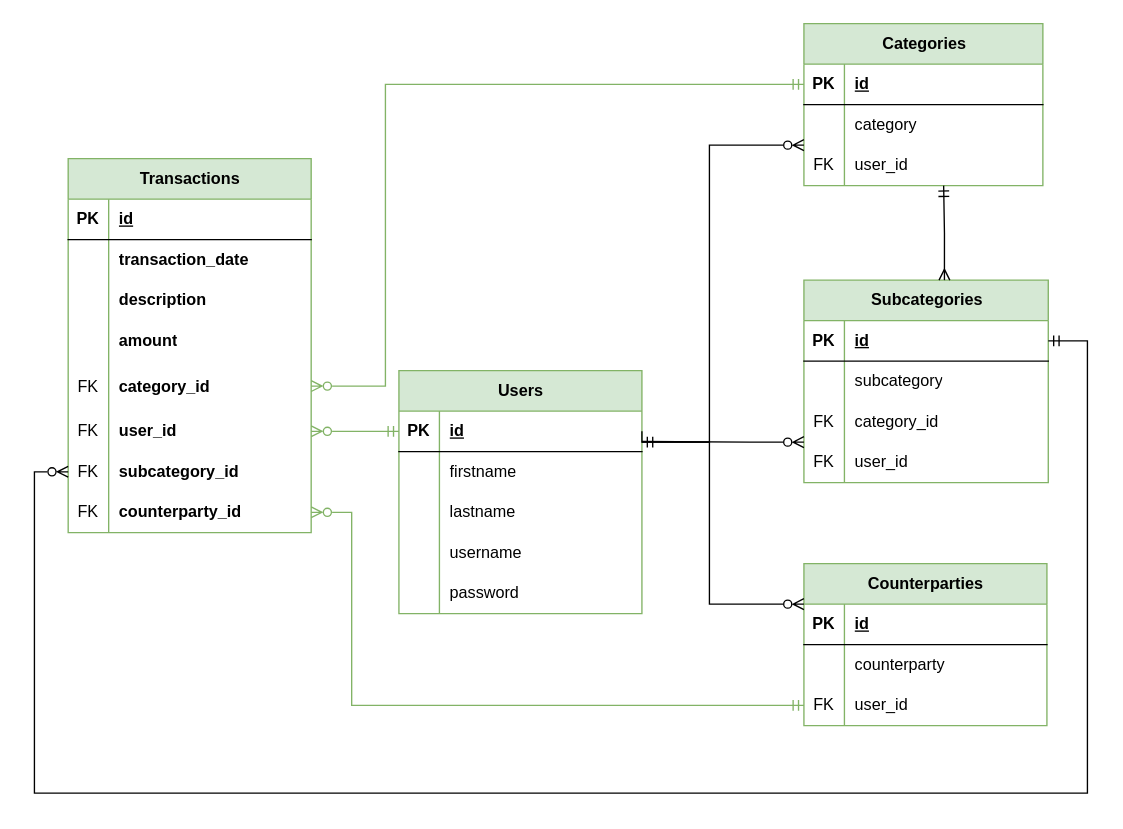
This is ERDiagram.drawio from lunaf-github/smartbudget, a draw.io file, before an edit. Source tidied: cells renumbered, new cells numbered last; positions are measured from the earlier drawing's top-left corner, leaving out a move shared by most shapes. Both pictures are drawn from the tidied source at 135%, with x=0, y=0 at pixel (34, 23).
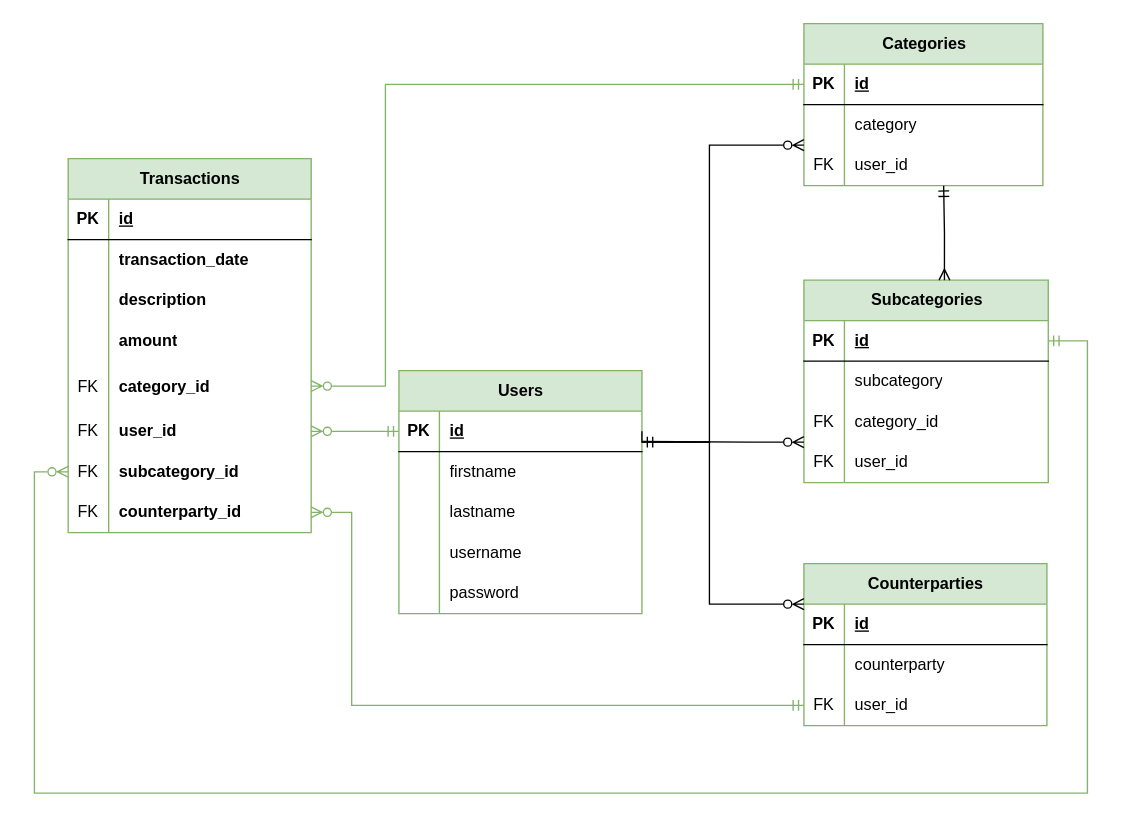
The same page after the edit.

Unchanged cells that the change refers to:
```xml
<mxCell id="22" value="FK" style="shape=partialRectangle;fillColor=none;top=0;left=0;bottom=0;right=0;overflow=hidden;whiteSpace=wrap;html=1;" parent="21" vertex="1">
  <mxGeometry width="30" height="30" as="geometry" />
</mxCell>
<mxCell id="40" value="id" style="shape=partialRectangle;fillColor=none;top=0;left=0;bottom=0;right=0;align=left;spacingLeft=6;fontStyle=5;overflow=hidden;whiteSpace=wrap;html=1;" parent="38" vertex="1">
  <mxGeometry x="30" width="151" height="30" as="geometry" />
</mxCell>
```

What changed in the source:
```diff
@@
-    <mxCell id="50" style="edgeStyle=orthogonalEdgeStyle;rounded=0;jettySize=auto;html=1;exitX=1;exitY=0.5;exitDx=0;exitDy=0;entryX=0;entryY=0.5;entryDx=0;entryDy=0;elbow=vertical;endArrow=ERzeroToMany;endFill=0;startArrow=ERmandOne;startFill=0;" parent="1" edge="1" source="40" target="22">
+    <mxCell id="50" style="edgeStyle=orthogonalEdgeStyle;rounded=0;jettySize=auto;html=1;exitX=1;exitY=0.5;exitDx=0;exitDy=0;entryX=0;entryY=0.5;entryDx=0;entryDy=0;elbow=vertical;endArrow=ERzeroToMany;endFill=0;startArrow=ERmandOne;startFill=0;fillColor=#d5e8d4;strokeColor=#82b366;" parent="1" edge="1" source="40" target="22">
       <mxGeometry relative="1" as="geometry">
         <Array as="points">
           <mxPoint x="780" y="235" />
           <mxPoint x="780" y="570" />
           <mxPoint y="570" />
           <mxPoint y="332" />
         </Array>
       </mxGeometry>
     </mxCell>
```
